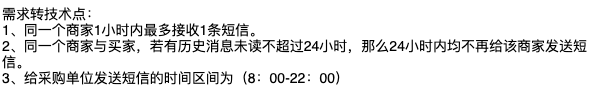
Before: Untitled Diagram.png, a diagram exported from draw.io (feixiangshenhua/zcy). Source tidied: cells renumbered, new cells last; positions are measured from the earlier drawing's top-left corner, leaving out a move shared by most shapes.
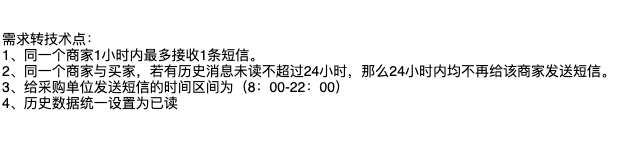
Later version of the same file.

Commit message:
web-im优化第二版

The edit, as a diff of the source:
```diff
@@ -2,8 +2,8 @@
   <root>
     <mxCell id="0" />
     <mxCell id="1" parent="0" />
-    <mxCell id="2" value="&lt;font style=&quot;font-size: 14px&quot;&gt;需求转技术点：&lt;br&gt;1、同一个商家1小时内最多接收1条短信。&lt;br&gt;2、同一个商家与买家，若有历史消息未读不超过24小时，那么24小时内均不再给该商家发送短信。&lt;br&gt;3、给采购单位发送短信的时间区间为（8：00-22：00）&lt;/font&gt;" style="text;html=1;strokeColor=none;fillColor=none;align=left;verticalAlign=middle;whiteSpace=wrap;rounded=0;" parent="1" vertex="1">
-      <mxGeometry width="600" height="90" as="geometry" />
+    <mxCell id="2" value="&lt;font style=&quot;font-size: 14px&quot;&gt;需求转技术点：&lt;br&gt;1、同一个商家1小时内最多接收1条短信。&lt;br&gt;2、同一个商家与买家，若有历史消息未读不超过24小时，那么24小时内均不再给该商家发送短信。&lt;br&gt;3、给采购单位发送短信的时间区间为（8：00-22：00）&lt;br&gt;4、历史数据统一设置为已读&lt;br&gt;&lt;/font&gt;" style="text;html=1;strokeColor=none;fillColor=none;align=left;verticalAlign=middle;whiteSpace=wrap;rounded=0;" parent="1" vertex="1">
+      <mxGeometry width="630" height="140" as="geometry" />
     </mxCell>
   </root>
 </mxGraphModel>
```
